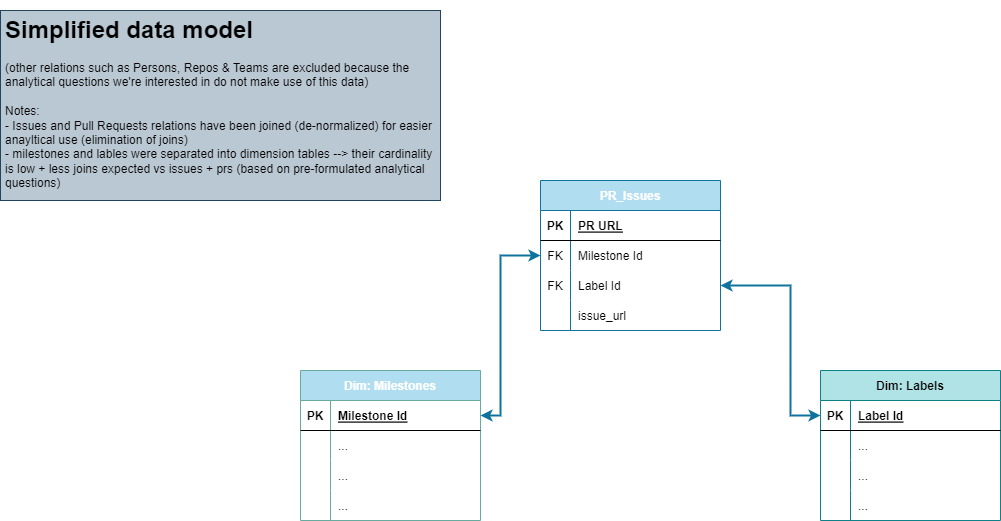
This is docs/data_model.png from AndyLeGrand/mb-data-warehouse, a draw.io export, as it was before one commit. Source tidied: cells renumbered, new cells last; positions are measured from the earlier drawing's top-left corner, leaving out a move shared by most shapes.
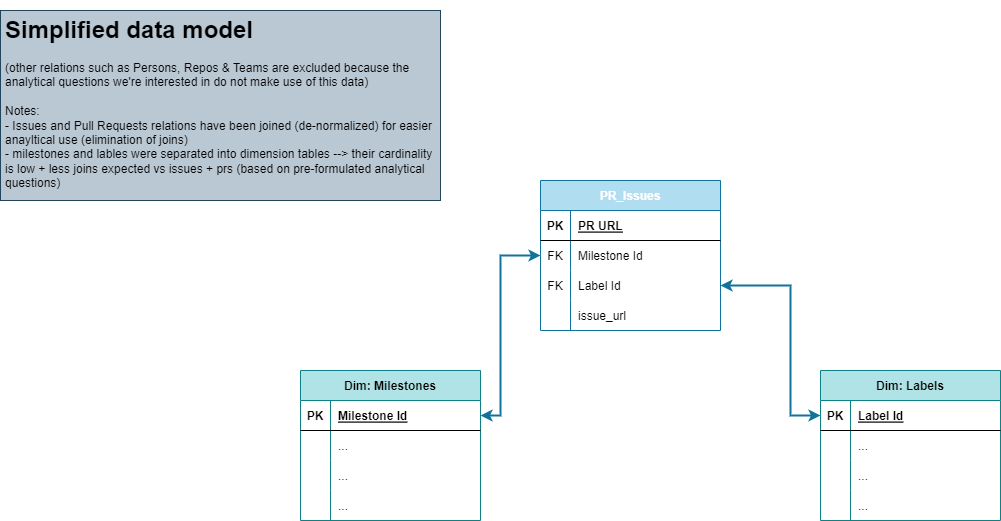
The same file after the commit.

The edit, as a diff of the source:
```diff
@@ -41,7 +41,7 @@
     <mxCell id="14" value="issue_url" style="shape=partialRectangle;fillColor=none;top=0;left=0;bottom=0;right=0;align=left;spacingLeft=6;overflow=hidden;" parent="12" vertex="1">
       <mxGeometry x="30" width="150" height="30" as="geometry" />
     </mxCell>
-    <mxCell id="15" value="Dim: Milestones" style="shape=table;startSize=30;rowLines=0;fontStyle=1;align=center;fillColor=#b1ddf0;strokeColor=#67AB9F;fontColor=#FFFFFF;" parent="1" vertex="1">
+    <mxCell id="15" value="Dim: Milestones" style="shape=table;startSize=30;rowLines=0;fontStyle=1;align=center;fillColor=#b0e3e6;strokeColor=#0e8088;" parent="1" vertex="1">
       <mxGeometry x="300" y="360" width="180" height="150" as="geometry" />
     </mxCell>
     <mxCell id="16" style="shape=tableRow;horizontal=0;startSize=0;swimlaneHead=0;swimlaneBody=0;fillColor=none;points=[[0,0.5],[1,0.5]];portConstraint=eastwest;top=0;left=0;right=0;bottom=1;" parent="15" vertex="1">
```
